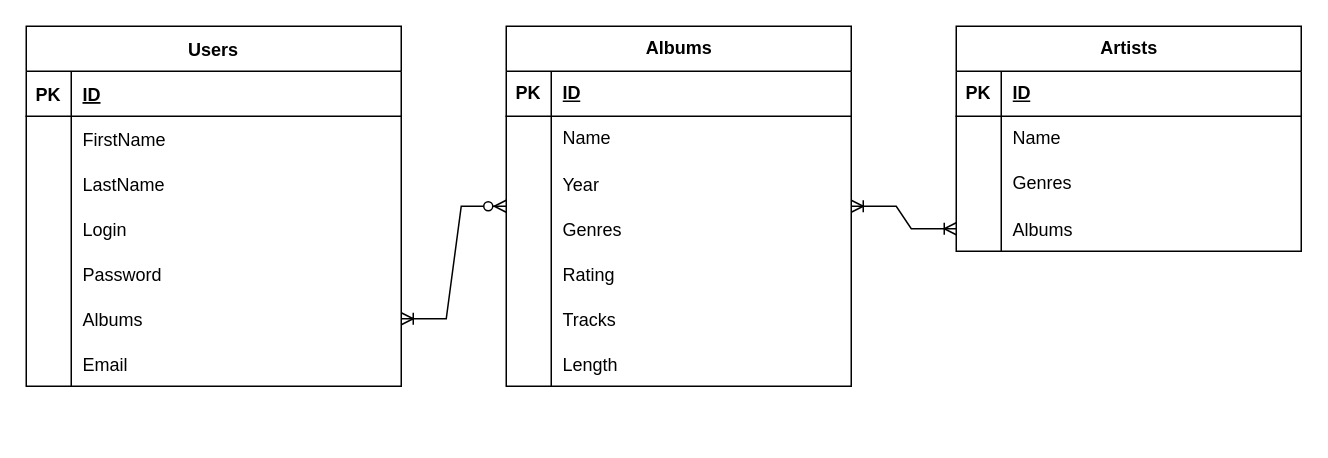
Earlier version of the draw.io diagram TurntableERD.drawio (kilkennylj/Turntable). Source tidied: cells renumbered, new cells numbered last; positions are measured from the earlier drawing's top-left corner, leaving out a move shared by most shapes. Both pictures are drawn from the tidied source at 150%, with x=0, y=0 at pixel (26, 26).
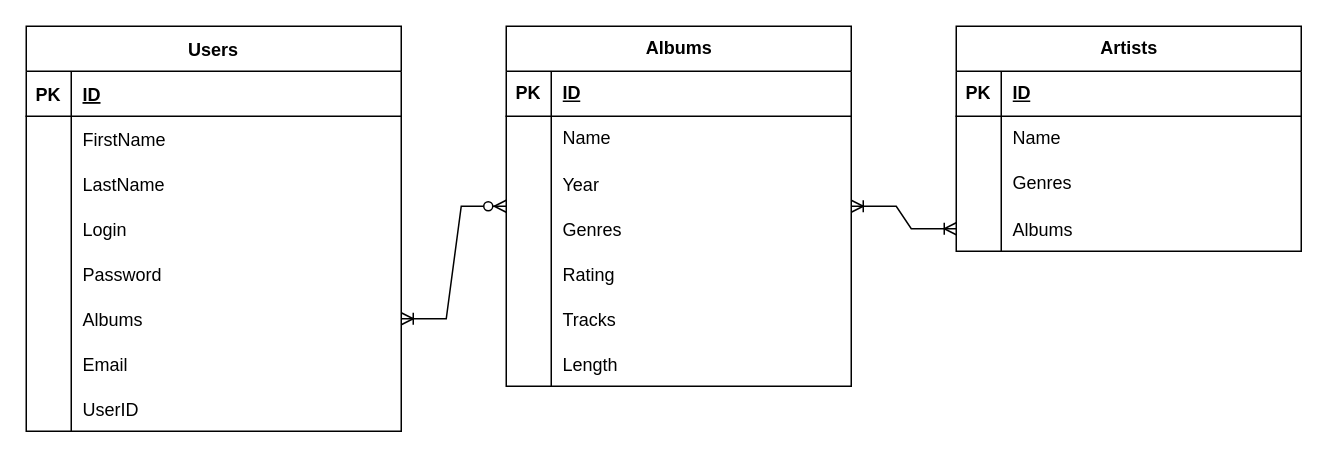
The same diagram, later.

Diff of the diagram source:
```diff
@@
     <mxCell id="2" value="Users" style="shape=table;startSize=30;childLayout=tableLayout;rowLines=0;fontStyle=1;align=center;" parent="1" vertex="1">
-      <mxGeometry width="250" height="240" as="geometry" />
+      <mxGeometry width="250" height="270" as="geometry" />
     </mxCell>
@@
+    <mxCell id="61" style="shape=tableRow;horizontal=0;startSize=0;swimlaneHead=0;swimlaneBody=0;fillColor=none;top=0;left=0;right=0;bottom=0;" parent="2" vertex="1">
+      <mxGeometry y="240" width="250" height="30" as="geometry" />
+    </mxCell>
+    <mxCell id="62" style="shape=partialRectangle;fillColor=none;top=0;left=0;bottom=0;right=0;overflow=hidden;" parent="61" vertex="1">
+      <mxGeometry width="30" height="30" as="geometry" />
+    </mxCell>
+    <mxCell id="63" value="UserID" style="shape=partialRectangle;fillColor=none;top=0;left=0;bottom=0;right=0;align=left;spacingLeft=6;overflow=hidden;" parent="61" vertex="1">
+      <mxGeometry x="30" width="220" height="30" as="geometry" />
+    </mxCell>
```
